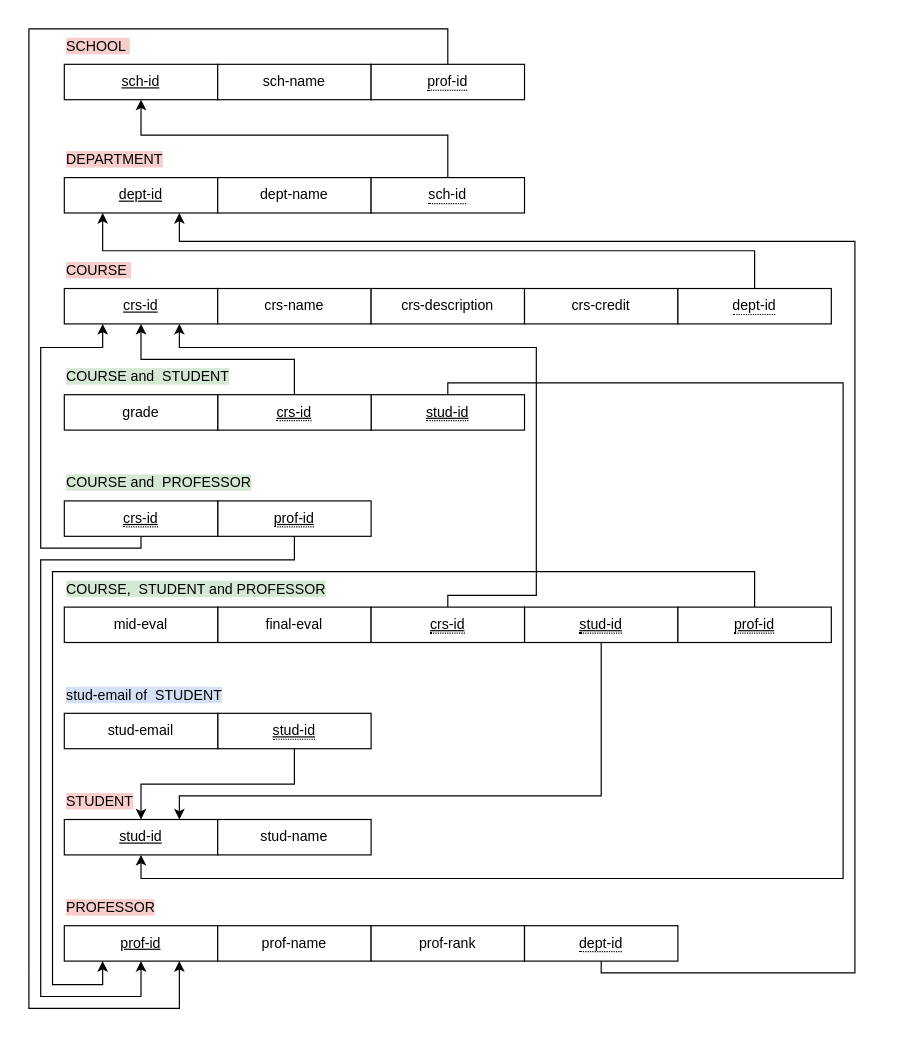
Above: page "校務教務資料庫2" (4 of 4) of HW2/HW2.drawio in alicejimmy/2022-Bioinformatics-and-Medical-Databases-HW (draw.io), before the change. Source tidied: cells renumbered, new cells numbered last; positions are measured from the earlier drawing's top-left corner, leaving out a move shared by most shapes. Both pictures are drawn from the tidied source at 118%, with x=0, y=0 at pixel (28, 28).
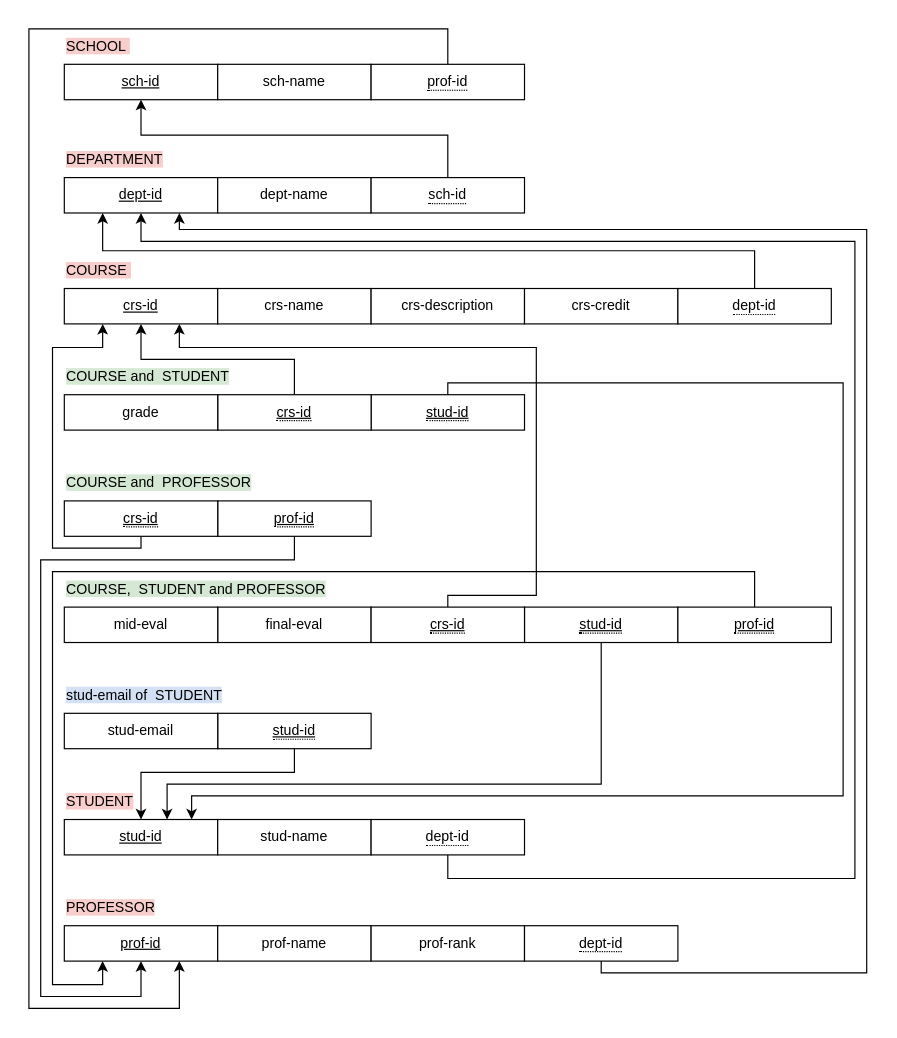
Above is the later version.

Unchanged cells that the change refers to:
```xml
<mxCell id="6" value="&lt;u&gt;dept-id&lt;/u&gt;" style="whiteSpace=wrap;html=1;align=center;" parent="1" vertex="1">
  <mxGeometry x="30" y="126" width="130" height="30" as="geometry" />
</mxCell>
<mxCell id="9" value="&lt;u&gt;crs-id&lt;/u&gt;" style="whiteSpace=wrap;html=1;align=center;" parent="1" vertex="1">
  <mxGeometry x="30" y="220" width="130" height="30" as="geometry" />
</mxCell>
<mxCell id="25" value="&lt;span style=&quot;border-bottom: 1px dotted&quot;&gt;dept-id&lt;/span&gt;" style="whiteSpace=wrap;html=1;align=center;" parent="1" vertex="1">
  <mxGeometry x="420" y="760" width="130" height="30" as="geometry" />
</mxCell>
<mxCell id="32" value="&lt;span style=&quot;border-bottom: 1px dotted&quot;&gt;&lt;u&gt;crs-id&lt;/u&gt;&lt;/span&gt;" style="whiteSpace=wrap;html=1;align=center;" parent="1" vertex="1">
  <mxGeometry x="30" y="400" width="130" height="30" as="geometry" />
</mxCell>
<mxCell id="35" value="&lt;span style=&quot;border-bottom: 1px dotted&quot;&gt;&lt;u&gt;stud-id&lt;/u&gt;&lt;/span&gt;" style="whiteSpace=wrap;html=1;align=center;" parent="1" vertex="1">
  <mxGeometry x="290" y="310" width="130" height="30" as="geometry" />
</mxCell>
<mxCell id="41" value="&lt;span style=&quot;border-bottom: 1px dotted&quot;&gt;&lt;u&gt;stud-id&lt;/u&gt;&lt;/span&gt;" style="whiteSpace=wrap;html=1;align=center;" parent="1" vertex="1">
  <mxGeometry x="160" y="580" width="130" height="30" as="geometry" />
</mxCell>
<mxCell id="47" value="&lt;span style=&quot;border-bottom: 1px dotted&quot;&gt;&lt;u&gt;stud-id&lt;/u&gt;&lt;/span&gt;" style="whiteSpace=wrap;html=1;align=center;" parent="1" vertex="1">
  <mxGeometry x="420" y="490" width="130" height="30" as="geometry" />
</mxCell>
```

What changed in the source:
```diff
@@
-    <mxCell id="14" value="&lt;u&gt;stud-id&lt;/u&gt;" style="whiteSpace=wrap;html=1;align=center;" parent="1" vertex="1">
+    <mxCell id="14" value="&lt;u&gt;stud-id&lt;/u&gt;" style="whiteSpace=wrap;html=1;align=center;points=[[0,0,0,0,0],[0,0.23,0,0,0],[0,0.5,0,0,0],[0,0.77,0,0,0],[0,1,0,0,0],[0.25,0,0,0,0],[0.25,1,0,0,0],[0.5,0,0,0,0],[0.5,1,0,0,0],[0.67,0,0,0,0],[0.75,1,0,0,0],[0.83,0,0,0,0],[1,0,0,0,0],[1,0.27,0,0,0],[1,0.5,0,0,0],[1,0.77,0,0,0],[1,1,0,0,0]];" parent="1" vertex="1">
       <mxGeometry x="30" y="670" width="130" height="30" as="geometry" />
     </mxCell>
@@
     <mxCell id="24" style="edgeStyle=orthogonalEdgeStyle;rounded=0;jettySize=auto;html=1;exitX=0.5;exitY=1;exitDx=0;exitDy=0;entryX=0.75;entryY=1;entryDx=0;entryDy=0;fontColor=none;" parent="1" edge="1" source="25" target="6">
       <mxGeometry relative="1" as="geometry">
         <Array as="points">
           <mxPoint x="485" y="800" />
-          <mxPoint x="700" y="800" />
-          <mxPoint x="700" y="180" />
-          <mxPoint x="128" y="180" />
+          <mxPoint x="710" y="800" />
+          <mxPoint x="710" y="170" />
+          <mxPoint x="128" y="170" />
         </Array>
       </mxGeometry>
     </mxCell>
@@
     <mxCell id="31" style="edgeStyle=orthogonalEdgeStyle;rounded=0;jettySize=auto;html=1;exitX=0.5;exitY=1;exitDx=0;exitDy=0;entryX=0.25;entryY=1;entryDx=0;entryDy=0;fontColor=none;" parent="1" edge="1" source="32" target="9">
       <mxGeometry relative="1" as="geometry">
         <Array as="points">
           <mxPoint x="95" y="440" />
-          <mxPoint x="10" y="440" />
-          <mxPoint x="10" y="270" />
-          <mxPoint x="63" y="270" />
+          <mxPoint x="20" y="440" />
+          <mxPoint x="20" y="270" />
+          <mxPoint x="62" y="270" />
         </Array>
       </mxGeometry>
     </mxCell>
@@
-    <mxCell id="34" style="edgeStyle=orthogonalEdgeStyle;rounded=0;jettySize=auto;html=1;exitX=0.5;exitY=0;exitDx=0;exitDy=0;entryX=0.5;entryY=1;entryDx=0;entryDy=0;fontColor=none;" parent="1" edge="1" source="35" target="14">
+    <mxCell id="34" style="edgeStyle=orthogonalEdgeStyle;rounded=0;jettySize=auto;html=1;exitX=0.5;exitY=0;exitDx=0;exitDy=0;fontColor=none;entryX=0.83;entryY=0;entryDx=0;entryDy=0;entryPerimeter=0;" parent="1" edge="1" source="35" target="14">
       <mxGeometry relative="1" as="geometry">
         <Array as="points">
           <mxPoint x="355" y="300" />
           <mxPoint x="690" y="300" />
-          <mxPoint x="690" y="720" />
-          <mxPoint x="95" y="720" />
+          <mxPoint x="690" y="650" />
+          <mxPoint x="138" y="650" />
         </Array>
       </mxGeometry>
     </mxCell>
@@
     <mxCell id="40" style="edgeStyle=orthogonalEdgeStyle;rounded=0;jettySize=auto;html=1;exitX=0.5;exitY=1;exitDx=0;exitDy=0;entryX=0.5;entryY=0;entryDx=0;entryDy=0;fontColor=none;" parent="1" edge="1" source="41" target="14">
-      <mxGeometry relative="1" as="geometry" />
+      <mxGeometry relative="1" as="geometry">
+        <Array as="points">
+          <mxPoint x="225" y="630" />
+          <mxPoint x="95" y="630" />
+        </Array>
+      </mxGeometry>
     </mxCell>
@@
-    <mxCell id="46" style="edgeStyle=orthogonalEdgeStyle;rounded=0;jettySize=auto;html=1;exitX=0.5;exitY=1;exitDx=0;exitDy=0;entryX=0.75;entryY=0;entryDx=0;entryDy=0;fontColor=none;" parent="1" edge="1" source="47" target="14">
+    <mxCell id="46" style="edgeStyle=orthogonalEdgeStyle;rounded=0;jettySize=auto;html=1;exitX=0.5;exitY=1;exitDx=0;exitDy=0;fontColor=none;entryX=0.67;entryY=0;entryDx=0;entryDy=0;entryPerimeter=0;" parent="1" edge="1" source="47" target="14">
       <mxGeometry relative="1" as="geometry">
         <Array as="points">
-          <mxPoint x="485" y="650" />
-          <mxPoint x="128" y="650" />
+          <mxPoint x="485" y="640" />
+          <mxPoint x="117" y="640" />
         </Array>
       </mxGeometry>
     </mxCell>
@@
+    <mxCell id="52" style="edgeStyle=orthogonalEdgeStyle;rounded=0;jettySize=auto;html=1;exitX=0.5;exitY=1;exitDx=0;exitDy=0;entryX=0.5;entryY=1;entryDx=0;entryDy=0;" parent="1" edge="1" source="53" target="6">
+      <mxGeometry relative="1" as="geometry">
+        <Array as="points">
+          <mxPoint x="355" y="720" />
+          <mxPoint x="700" y="720" />
+          <mxPoint x="700" y="180" />
+          <mxPoint x="95" y="180" />
+        </Array>
+      </mxGeometry>
+    </mxCell>
+    <mxCell id="53" value="&lt;span style=&quot;border-bottom: 1px dotted&quot;&gt;dept-id&lt;/span&gt;" style="whiteSpace=wrap;html=1;align=center;" parent="1" vertex="1">
+      <mxGeometry x="290" y="670" width="130" height="30" as="geometry" />
+    </mxCell>
```
